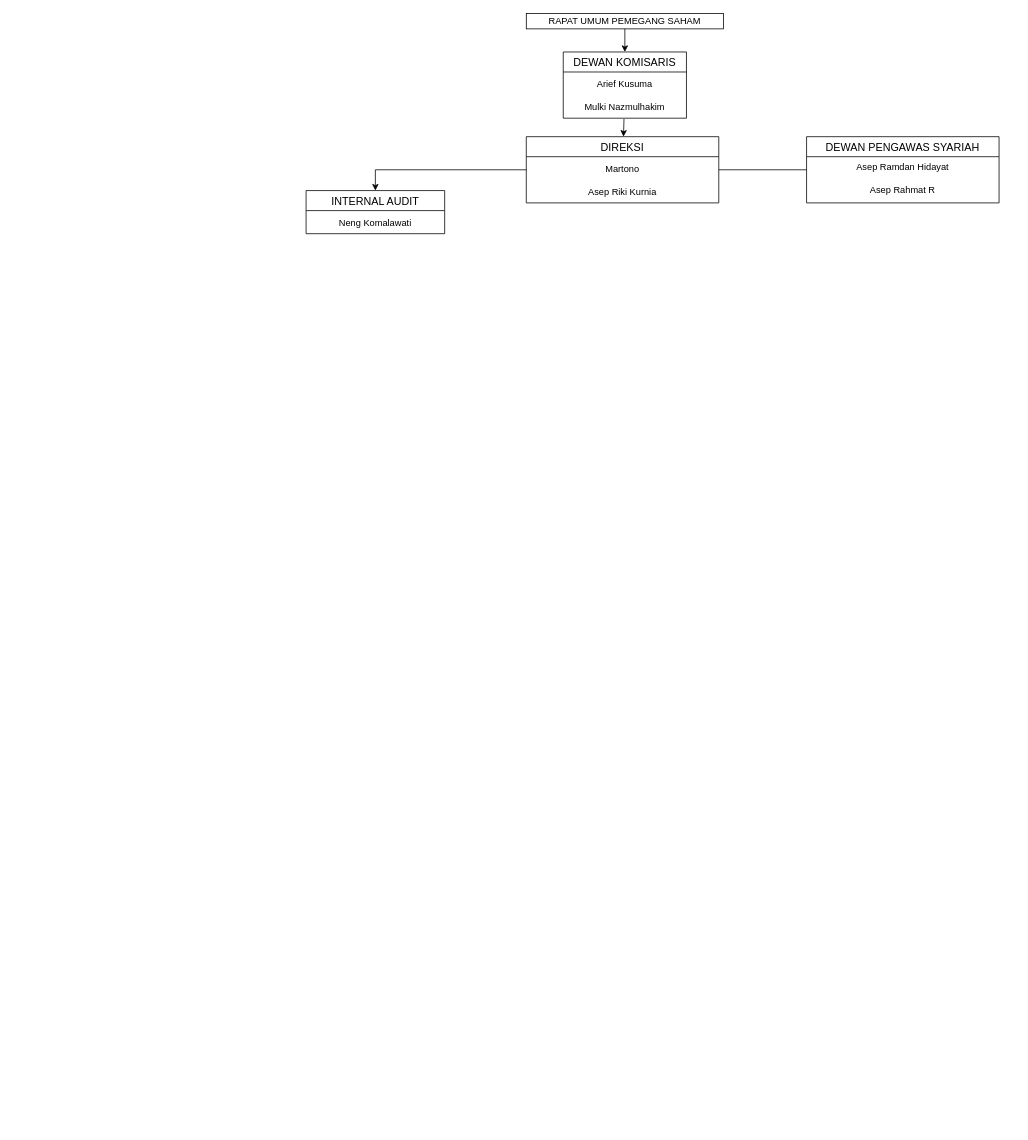
Earlier version of the draw.io diagram Untitled Diagram.drawio (Lastwolf666/PBO). Source tidied: cells renumbered, new cells numbered last; positions are measured from the earlier drawing's top-left corner, leaving out a move shared by most shapes. Both pictures are drawn from the tidied source at 77%, with x=0, y=0 at pixel (306, 13).
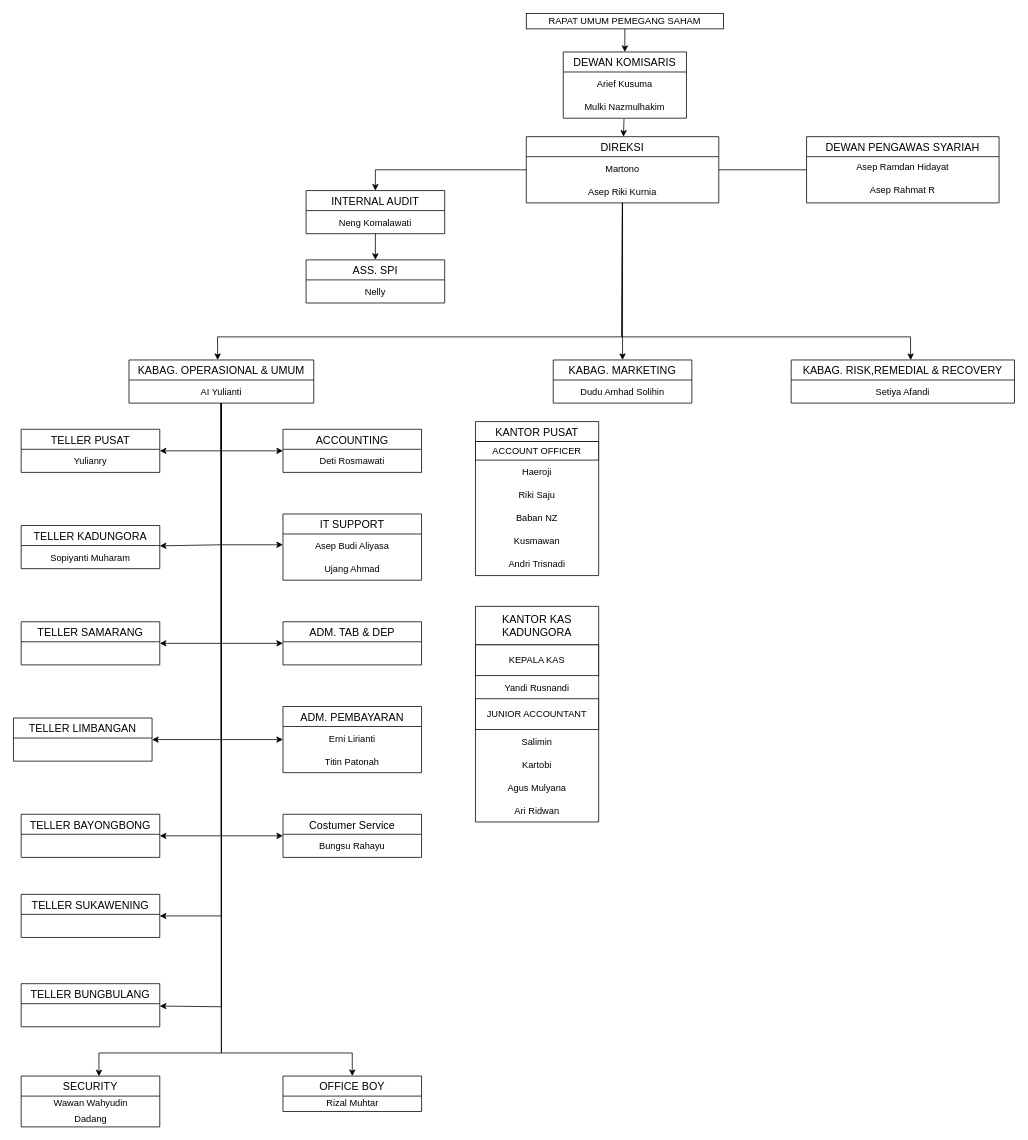
The same diagram, later.

The change refers to these unchanged cells:
```xml
<mxCell id="7" value="DIREKSI" style="swimlane;fontStyle=0;horizontal=1;startSize=26;align=center;fontSize=14;arcSize=15;" parent="1" vertex="1">
  <mxGeometry x="286" y="160" width="250" height="86" as="geometry" />
</mxCell>
<mxCell id="15" value="INTERNAL AUDIT" style="swimlane;fontStyle=0;horizontal=1;startSize=26;align=center;fontSize=14;arcSize=15;" parent="1" vertex="1">
  <mxGeometry y="230" width="180" height="56" as="geometry" />
</mxCell>
```

What changed in the source:
```diff
@@
+    <mxCell id="18" value="ASS. SPI" style="swimlane;fontStyle=0;horizontal=1;startSize=26;align=center;fontSize=14;arcSize=15;" parent="1" vertex="1">
+      <mxGeometry y="320" width="180" height="56" as="geometry" />
+    </mxCell>
+    <mxCell id="19" value="Nelly" style="text;strokeColor=none;fillColor=none;spacingLeft=4;spacingRight=4;overflow=hidden;fontSize=12;align=center;verticalAlign=middle;" parent="18" vertex="1">
+      <mxGeometry y="26" width="180" height="30" as="geometry" />
+    </mxCell>
+    <mxCell id="20" style="endArrow=classic;html=1;rounded=0;startSize=26;" parent="1" edge="1" source="15" target="18">
+      <mxGeometry relative="1" as="geometry" />
+    </mxCell>
+    <mxCell id="21" value="KABAG. OPERASIONAL &amp; UMUM" style="swimlane;fontStyle=0;horizontal=1;startSize=26;align=center;fontSize=14;arcSize=15;" parent="1" vertex="1">
+      <mxGeometry x="-230" y="450" width="240" height="56" as="geometry" />
+    </mxCell>
+    <mxCell id="22" value="AI Yulianti" style="text;strokeColor=none;fillColor=none;spacingLeft=4;spacingRight=4;overflow=hidden;fontSize=12;align=center;verticalAlign=middle;" parent="21" vertex="1">
+      <mxGeometry y="26" width="240" height="30" as="geometry" />
+    </mxCell>
+    <mxCell id="23" value="KABAG. MARKETING" style="swimlane;fontStyle=0;horizontal=1;startSize=26;align=center;fontSize=14;arcSize=15;" parent="1" vertex="1">
+      <mxGeometry x="321" y="450" width="180" height="56" as="geometry" />
+    </mxCell>
+    <mxCell id="24" value="Dudu Amhad Solihin" style="text;strokeColor=none;fillColor=none;spacingLeft=4;spacingRight=4;overflow=hidden;fontSize=12;align=center;verticalAlign=middle;" parent="23" vertex="1">
+      <mxGeometry y="26" width="180" height="30" as="geometry" />
+    </mxCell>
+    <mxCell id="25" value="KABAG. RISK,REMEDIAL &amp; RECOVERY" style="swimlane;fontStyle=0;horizontal=1;startSize=26;align=center;fontSize=14;arcSize=15;" parent="1" vertex="1">
+      <mxGeometry x="630" y="450" width="290" height="56" as="geometry" />
+    </mxCell>
+    <mxCell id="26" value="Setiya Afandi" style="text;strokeColor=none;fillColor=none;spacingLeft=4;spacingRight=4;overflow=hidden;fontSize=12;align=center;verticalAlign=middle;" parent="25" vertex="1">
+      <mxGeometry y="26" width="290" height="30" as="geometry" />
+    </mxCell>
+    <mxCell id="27" style="endArrow=classic;html=1;rounded=0;startSize=26;entryX=0.5;entryY=0;entryDx=0;entryDy=0;" parent="1" edge="1" source="7" target="23">
+      <mxGeometry relative="1" as="geometry" />
+    </mxCell>
+    <mxCell id="28" style="endArrow=classic;html=1;rounded=0;startSize=26;entryX=0.48;entryY=0.001;entryDx=0;entryDy=0;entryPerimeter=0;" parent="1" edge="1" source="7" target="21">
+      <mxGeometry relative="1" as="geometry">
+        <Array as="points">
+          <mxPoint x="410" y="420" />
+          <mxPoint x="-115" y="420" />
+        </Array>
+      </mxGeometry>
+    </mxCell>
+    <mxCell id="29" style="endArrow=classic;html=1;rounded=0;startSize=26;entryX=0.535;entryY=0.003;entryDx=0;entryDy=0;entryPerimeter=0;" parent="1" edge="1" source="7" target="25">
+      <mxGeometry relative="1" as="geometry">
+        <Array as="points">
+          <mxPoint x="410" y="420" />
+          <mxPoint x="785" y="420" />
+        </Array>
+      </mxGeometry>
+    </mxCell>
+    <mxCell id="30" value="ACCOUNTING" style="swimlane;fontStyle=0;horizontal=1;startSize=26;align=center;fontSize=14;arcSize=15;" parent="1" vertex="1">
+      <mxGeometry x="-30" y="540" width="180" height="56" as="geometry" />
+    </mxCell>
+    <mxCell id="31" value="Deti Rosmawati" style="text;strokeColor=none;fillColor=none;spacingLeft=4;spacingRight=4;overflow=hidden;fontSize=12;align=center;verticalAlign=middle;" parent="30" vertex="1">
+      <mxGeometry y="26" width="180" height="30" as="geometry" />
+    </mxCell>
+    <mxCell id="32" value="IT SUPPORT" style="swimlane;fontStyle=0;horizontal=1;startSize=26;align=center;fontSize=14;arcSize=15;" parent="1" vertex="1">
+      <mxGeometry x="-30" y="650" width="180" height="86" as="geometry" />
+    </mxCell>
+    <mxCell id="33" value="Asep Budi Aliyasa" style="text;strokeColor=none;fillColor=none;spacingLeft=4;spacingRight=4;overflow=hidden;fontSize=12;align=center;verticalAlign=middle;" parent="32" vertex="1">
+      <mxGeometry y="26" width="180" height="30" as="geometry" />
+    </mxCell>
+    <mxCell id="34" value="Ujang Ahmad" style="text;strokeColor=none;fillColor=none;spacingLeft=4;spacingRight=4;overflow=hidden;fontSize=12;align=center;verticalAlign=middle;" parent="32" vertex="1">
+      <mxGeometry y="56" width="180" height="30" as="geometry" />
+    </mxCell>
+    <mxCell id="35" value="ADM. TAB &amp; DEP" style="swimlane;fontStyle=0;horizontal=1;startSize=26;align=center;fontSize=14;arcSize=15;" parent="1" vertex="1">
+      <mxGeometry x="-30" y="790" width="180" height="56" as="geometry" />
+    </mxCell>
+    <mxCell id="36" value="ADM. PEMBAYARAN" style="swimlane;fontStyle=0;horizontal=1;startSize=26;align=center;fontSize=14;arcSize=15;" parent="1" vertex="1">
+      <mxGeometry x="-30" y="900" width="180" height="86" as="geometry" />
+    </mxCell>
+    <mxCell id="37" value="Erni Lirianti" style="text;strokeColor=none;fillColor=none;spacingLeft=4;spacingRight=4;overflow=hidden;fontSize=12;startSize=26;align=center;verticalAlign=middle;" parent="36" vertex="1">
+      <mxGeometry y="26" width="180" height="30" as="geometry" />
+    </mxCell>
+    <mxCell id="38" value="Titin Patonah" style="text;strokeColor=none;fillColor=none;spacingLeft=4;spacingRight=4;overflow=hidden;fontSize=12;startSize=26;align=center;verticalAlign=middle;" parent="36" vertex="1">
+      <mxGeometry y="56" width="180" height="30" as="geometry" />
+    </mxCell>
+    <mxCell id="39" value="Costumer Service" style="swimlane;fontStyle=0;horizontal=1;startSize=26;align=center;fontSize=14;arcSize=15;" parent="1" vertex="1">
+      <mxGeometry x="-30" y="1040" width="180" height="56" as="geometry" />
+    </mxCell>
+    <mxCell id="40" value="Bungsu Rahayu" style="text;strokeColor=none;fillColor=none;spacingLeft=4;spacingRight=4;overflow=hidden;fontSize=12;align=center;verticalAlign=middle;" parent="39" vertex="1">
+      <mxGeometry y="26" width="180" height="30" as="geometry" />
+    </mxCell>
+    <mxCell id="41" value="TELLER PUSAT" style="swimlane;fontStyle=0;horizontal=1;startSize=26;align=center;fontSize=14;arcSize=15;" parent="1" vertex="1">
+      <mxGeometry x="-370" y="540" width="180" height="56" as="geometry" />
+    </mxCell>
+    <mxCell id="42" value="Yulianry" style="text;strokeColor=none;fillColor=none;spacingLeft=4;spacingRight=4;overflow=hidden;fontSize=12;align=center;verticalAlign=middle;" parent="41" vertex="1">
+      <mxGeometry y="26" width="180" height="30" as="geometry" />
+    </mxCell>
+    <mxCell id="43" value="TELLER KADUNGORA" style="swimlane;fontStyle=0;horizontal=1;startSize=26;align=center;fontSize=14;arcSize=15;" parent="1" vertex="1">
+      <mxGeometry x="-370" y="665" width="180" height="56" as="geometry" />
+    </mxCell>
+    <mxCell id="44" value="Sopiyanti Muharam" style="text;strokeColor=none;fillColor=none;spacingLeft=4;spacingRight=4;overflow=hidden;fontSize=12;align=center;verticalAlign=middle;" parent="43" vertex="1">
+      <mxGeometry y="26" width="180" height="30" as="geometry" />
+    </mxCell>
+    <mxCell id="45" value="TELLER SAMARANG" style="swimlane;fontStyle=0;horizontal=1;startSize=26;align=center;fontSize=14;arcSize=15;" parent="1" vertex="1">
+      <mxGeometry x="-370" y="790" width="180" height="56" as="geometry" />
+    </mxCell>
+    <mxCell id="46" value="TELLER LIMBANGAN" style="swimlane;fontStyle=0;horizontal=1;startSize=26;align=center;fontSize=14;arcSize=15;" parent="1" vertex="1">
+      <mxGeometry x="-380" y="915" width="180" height="56" as="geometry" />
+    </mxCell>
+    <mxCell id="47" value="TELLER BAYONGBONG" style="swimlane;fontStyle=0;horizontal=1;startSize=26;align=center;fontSize=14;arcSize=15;" parent="1" vertex="1">
+      <mxGeometry x="-370" y="1040" width="180" height="56" as="geometry" />
+    </mxCell>
+    <mxCell id="48" value="TELLER SUKAWENING" style="swimlane;fontStyle=0;horizontal=1;startSize=26;align=center;fontSize=14;arcSize=15;" parent="1" vertex="1">
+      <mxGeometry x="-370" y="1144" width="180" height="56" as="geometry" />
+    </mxCell>
+    <mxCell id="49" value="TELLER BUNGBULANG" style="swimlane;fontStyle=0;horizontal=1;startSize=26;align=center;fontSize=14;arcSize=15;" parent="1" vertex="1">
+      <mxGeometry x="-370" y="1260" width="180" height="56" as="geometry" />
+    </mxCell>
+    <mxCell id="50" value="SECURITY" style="swimlane;fontStyle=0;horizontal=1;startSize=26;align=center;fontSize=14;arcSize=15;" parent="1" vertex="1">
+      <mxGeometry x="-370" y="1380" width="180" height="66" as="geometry" />
+    </mxCell>
+    <mxCell id="51" value="Wawan Wahyudin" style="text;html=1;align=center;verticalAlign=middle;strokeColor=none;fillColor=none;" parent="50" vertex="1">
+      <mxGeometry y="26" width="180" height="20" as="geometry" />
+    </mxCell>
+    <mxCell id="52" value="Dadang" style="text;html=1;align=center;verticalAlign=middle;strokeColor=none;fillColor=none;" parent="50" vertex="1">
+      <mxGeometry y="46" width="180" height="20" as="geometry" />
+    </mxCell>
+    <mxCell id="53" value="OFFICE BOY" style="swimlane;fontStyle=0;horizontal=1;startSize=26;align=center;fontSize=14;arcSize=15;" parent="1" vertex="1">
+      <mxGeometry x="-30" y="1380" width="180" height="46" as="geometry" />
+    </mxCell>
+    <mxCell id="54" value="Rizal Muhtar" style="text;html=1;align=center;verticalAlign=middle;strokeColor=none;fillColor=none;" parent="53" vertex="1">
+      <mxGeometry y="26" width="180" height="20" as="geometry" />
+    </mxCell>
+    <mxCell id="55" style="endArrow=classic;html=1;rounded=0;startSize=26;entryX=0.561;entryY=0.005;entryDx=0;entryDy=0;entryPerimeter=0;" parent="1" edge="1" source="21" target="50">
+      <mxGeometry relative="1" as="geometry">
+        <Array as="points">
+          <mxPoint x="-110" y="1350" />
+          <mxPoint x="-269" y="1350" />
+        </Array>
+      </mxGeometry>
+    </mxCell>
+    <mxCell id="56" style="endArrow=classic;html=1;rounded=0;startSize=26;entryX=0.5;entryY=0;entryDx=0;entryDy=0;" parent="1" edge="1" source="21" target="53">
+      <mxGeometry relative="1" as="geometry">
+        <Array as="points">
+          <mxPoint x="-110" y="1350" />
+          <mxPoint x="60" y="1350" />
+        </Array>
+      </mxGeometry>
+    </mxCell>
+    <mxCell id="57" style="endArrow=classic;html=1;rounded=0;startSize=26;" parent="1" edge="1" source="21" target="30">
+      <mxGeometry relative="1" as="geometry">
+        <Array as="points">
+          <mxPoint x="-110" y="568" />
+        </Array>
+      </mxGeometry>
+    </mxCell>
+    <mxCell id="58" style="endArrow=classic;html=1;rounded=0;startSize=26;" parent="1" edge="1" source="21">
+      <mxGeometry relative="1" as="geometry">
+        <mxPoint x="-30" y="690" as="targetPoint" />
+        <Array as="points">
+          <mxPoint x="-110" y="690" />
+        </Array>
+      </mxGeometry>
+    </mxCell>
+    <mxCell id="59" style="endArrow=classic;html=1;rounded=0;startSize=26;" parent="1" edge="1" source="21" target="35">
+      <mxGeometry relative="1" as="geometry">
+        <Array as="points">
+          <mxPoint x="-110" y="818" />
+        </Array>
+      </mxGeometry>
+    </mxCell>
+    <mxCell id="60" style="endArrow=classic;html=1;rounded=0;startSize=26;" parent="1" edge="1" source="21" target="36">
+      <mxGeometry relative="1" as="geometry">
+        <Array as="points">
+          <mxPoint x="-110" y="943" />
+        </Array>
+      </mxGeometry>
+    </mxCell>
+    <mxCell id="61" style="endArrow=classic;html=1;rounded=0;startSize=26;" parent="1" edge="1" source="21" target="39">
+      <mxGeometry relative="1" as="geometry">
+        <Array as="points">
+          <mxPoint x="-110" y="1068" />
+        </Array>
+      </mxGeometry>
+    </mxCell>
+    <mxCell id="62" style="endArrow=classic;html=1;rounded=0;startSize=26;" parent="1" edge="1" source="21" target="41">
+      <mxGeometry relative="1" as="geometry">
+        <Array as="points">
+          <mxPoint x="-110" y="568" />
+        </Array>
+      </mxGeometry>
+    </mxCell>
+    <mxCell id="63" style="endArrow=classic;html=1;rounded=0;startSize=26;" parent="1" edge="1" source="21" target="49">
+      <mxGeometry relative="1" as="geometry">
+        <Array as="points">
+          <mxPoint x="-110" y="1290" />
+        </Array>
+      </mxGeometry>
+    </mxCell>
+    <mxCell id="64" style="endArrow=classic;html=1;rounded=0;startSize=26;" parent="1" edge="1" source="21" target="48">
+      <mxGeometry relative="1" as="geometry">
+        <Array as="points">
+          <mxPoint x="-110" y="1172" />
+        </Array>
+      </mxGeometry>
+    </mxCell>
+    <mxCell id="65" style="endArrow=classic;html=1;rounded=0;startSize=26;" parent="1" edge="1" source="21" target="47">
+      <mxGeometry relative="1" as="geometry">
+        <Array as="points">
+          <mxPoint x="-110" y="1068" />
+        </Array>
+      </mxGeometry>
+    </mxCell>
+    <mxCell id="66" style="endArrow=classic;html=1;rounded=0;startSize=26;" parent="1" edge="1" source="21" target="46">
+      <mxGeometry relative="1" as="geometry">
+        <Array as="points">
+          <mxPoint x="-110" y="943" />
+        </Array>
+      </mxGeometry>
+    </mxCell>
+    <mxCell id="67" style="endArrow=classic;html=1;rounded=0;startSize=26;" parent="1" edge="1" source="21" target="45">
+      <mxGeometry relative="1" as="geometry">
+        <Array as="points">
+          <mxPoint x="-110" y="818" />
+        </Array>
+      </mxGeometry>
+    </mxCell>
+    <mxCell id="68" style="endArrow=classic;html=1;rounded=0;startSize=26;" parent="1" edge="1" source="21" target="43">
+      <mxGeometry relative="1" as="geometry">
+        <Array as="points">
+          <mxPoint x="-110" y="690" />
+        </Array>
+      </mxGeometry>
+    </mxCell>
+    <mxCell id="69" value="KANTOR PUSAT" style="swimlane;fontStyle=0;horizontal=1;startSize=26;align=center;fontSize=14;" parent="1" vertex="1">
+      <mxGeometry x="220" y="530" width="160" height="200" as="geometry" />
+    </mxCell>
+    <mxCell id="70" value="ACCOUNT OFFICER" style="whiteSpace=wrap;html=1;align=center;startSize=26;" parent="69" vertex="1">
+      <mxGeometry y="26" width="160" height="24" as="geometry" />
+    </mxCell>
+    <mxCell id="71" value="Haeroji" style="text;strokeColor=none;fillColor=none;spacingLeft=4;spacingRight=4;overflow=hidden;fontSize=12;startSize=26;align=center;verticalAlign=middle;" parent="69" vertex="1">
+      <mxGeometry y="50" width="160" height="30" as="geometry" />
+    </mxCell>
+    <mxCell id="72" value="Riki Saju" style="text;strokeColor=none;fillColor=none;spacingLeft=4;spacingRight=4;overflow=hidden;fontSize=12;startSize=26;align=center;verticalAlign=middle;" parent="69" vertex="1">
+      <mxGeometry y="80" width="160" height="30" as="geometry" />
+    </mxCell>
+    <mxCell id="73" value="Baban NZ" style="text;strokeColor=none;fillColor=none;spacingLeft=4;spacingRight=4;overflow=hidden;fontSize=12;startSize=26;align=center;verticalAlign=middle;" parent="69" vertex="1">
+      <mxGeometry y="110" width="160" height="30" as="geometry" />
+    </mxCell>
+    <mxCell id="74" value="Kusmawan" style="text;strokeColor=none;fillColor=none;spacingLeft=4;spacingRight=4;overflow=hidden;fontSize=12;startSize=26;align=center;verticalAlign=middle;" parent="69" vertex="1">
+      <mxGeometry y="140" width="160" height="30" as="geometry" />
+    </mxCell>
+    <mxCell id="75" value="Andri Trisnadi" style="text;strokeColor=none;fillColor=none;spacingLeft=4;spacingRight=4;overflow=hidden;fontSize=12;startSize=26;align=center;verticalAlign=middle;" parent="69" vertex="1">
+      <mxGeometry y="170" width="160" height="30" as="geometry" />
+    </mxCell>
+    <mxCell id="76" value="KANTOR KAS&#10;KADUNGORA" style="swimlane;fontStyle=0;horizontal=1;startSize=50;align=center;fontSize=14;" parent="1" vertex="1">
+      <mxGeometry x="220" y="770" width="160" height="280" as="geometry" />
+    </mxCell>
+    <mxCell id="77" value="KEPALA KAS" style="whiteSpace=wrap;html=1;align=center;startSize=26;" parent="76" vertex="1">
+      <mxGeometry y="50" width="160" height="40" as="geometry" />
+    </mxCell>
+    <mxCell id="78" value="Yandi Rusnandi" style="text;strokeColor=none;fillColor=none;spacingLeft=4;spacingRight=4;overflow=hidden;fontSize=12;startSize=26;align=center;verticalAlign=middle;" parent="76" vertex="1">
+      <mxGeometry y="90" width="160" height="30" as="geometry" />
+    </mxCell>
+    <mxCell id="79" value="JUNIOR ACCOUNTANT" style="whiteSpace=wrap;html=1;align=center;startSize=26;" parent="76" vertex="1">
+      <mxGeometry y="120" width="160" height="40" as="geometry" />
+    </mxCell>
+    <mxCell id="80" value="Salimin" style="text;strokeColor=none;fillColor=none;spacingLeft=4;spacingRight=4;overflow=hidden;fontSize=12;startSize=26;align=center;verticalAlign=middle;" parent="76" vertex="1">
+      <mxGeometry y="160" width="160" height="30" as="geometry" />
+    </mxCell>
+    <mxCell id="81" value="Kartobi" style="text;strokeColor=none;fillColor=none;spacingLeft=4;spacingRight=4;overflow=hidden;fontSize=12;startSize=26;align=center;verticalAlign=middle;" parent="76" vertex="1">
+      <mxGeometry y="190" width="160" height="30" as="geometry" />
+    </mxCell>
+    <mxCell id="82" value="Agus Mulyana" style="text;strokeColor=none;fillColor=none;spacingLeft=4;spacingRight=4;overflow=hidden;fontSize=12;startSize=26;align=center;verticalAlign=middle;" parent="76" vertex="1">
+      <mxGeometry y="220" width="160" height="30" as="geometry" />
+    </mxCell>
+    <mxCell id="83" value="Ari Ridwan" style="text;strokeColor=none;fillColor=none;spacingLeft=4;spacingRight=4;overflow=hidden;fontSize=12;startSize=26;align=center;verticalAlign=middle;" parent="76" vertex="1">
+      <mxGeometry y="250" width="160" height="30" as="geometry" />
+    </mxCell>
```
